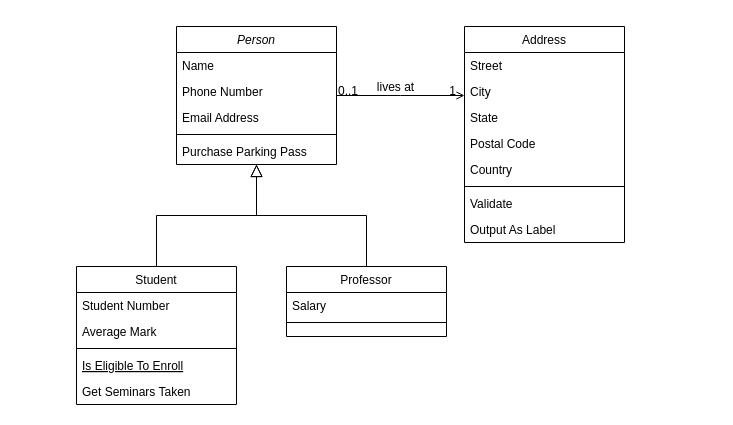
Before: Untitled Diagram.drawio in mayracalves/livropedia, a draw.io diagram. Source tidied: cells renumbered, new cells numbered last; positions are measured from the earlier drawing's top-left corner, leaving out a move shared by most shapes. Both pictures are drawn from the tidied source at 100%, with x=0, y=0 at pixel (76, 26).
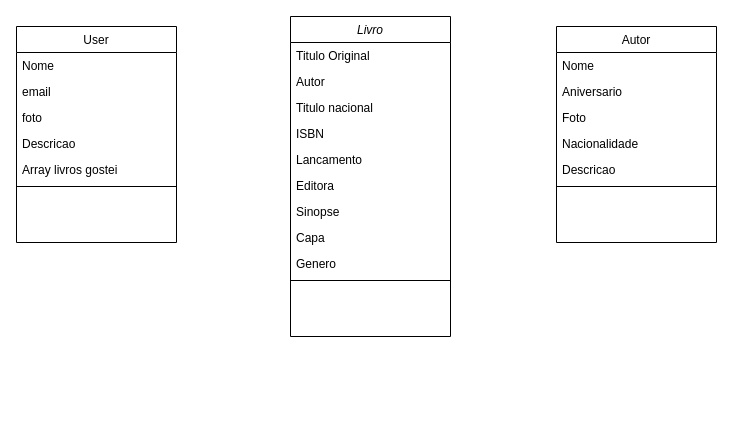
Above is the later version.

Commit message:
chore: atualiza diagrama de classe

Diff of the diagram source:
```diff
@@
-    <mxCell id="2" value="Person" style="swimlane;fontStyle=2;align=center;verticalAlign=top;horizontal=1;startSize=26;rounded=0;shadow=0;strokeWidth=1;" parent="1" vertex="1">
-      <mxGeometry x="100" width="160" height="138" as="geometry" />
+    <mxCell id="2" value="Livro" style="swimlane;fontStyle=2;align=center;verticalAlign=top;horizontal=1;startSize=26;rounded=0;shadow=0;strokeWidth=1;" parent="1" vertex="1">
+      <mxGeometry x="214" y="-10" width="160" height="320" as="geometry" />
     </mxCell>
-    <mxCell id="3" value="Name" style="text;align=left;verticalAlign=top;spacingLeft=4;spacingRight=4;overflow=hidden;" parent="2" vertex="1">
+    <mxCell id="3" value="Titulo Original" style="text;align=left;verticalAlign=top;spacingLeft=4;spacingRight=4;overflow=hidden;" parent="2" vertex="1">
       <mxGeometry y="26" width="160" height="26" as="geometry" />
     </mxCell>
-    <mxCell id="4" value="Phone Number" style="text;align=left;verticalAlign=top;spacingLeft=4;spacingRight=4;overflow=hidden;rounded=0;shadow=0;html=0;" parent="2" vertex="1">
+    <mxCell id="4" value="Autor" style="text;align=left;verticalAlign=top;spacingLeft=4;spacingRight=4;overflow=hidden;rounded=0;shadow=0;html=0;" parent="2" vertex="1">
       <mxGeometry y="52" width="160" height="26" as="geometry" />
     </mxCell>
+    <mxCell id="32" value="Titulo nacional" style="text;align=left;verticalAlign=top;spacingLeft=4;spacingRight=4;overflow=hidden;rounded=0;shadow=0;html=0;" parent="2" vertex="1">
+      <mxGeometry y="78" width="160" height="26" as="geometry" />
+    </mxCell>
-    <mxCell id="5" value="Email Address" style="text;align=left;verticalAlign=top;spacingLeft=4;spacingRight=4;overflow=hidden;rounded=0;shadow=0;html=0;" parent="2" vertex="1">
-      <mxGeometry y="78" width="160" height="26" as="geometry" />
+    <mxCell id="5" value="ISBN" style="text;align=left;verticalAlign=top;spacingLeft=4;spacingRight=4;overflow=hidden;rounded=0;shadow=0;html=0;" parent="2" vertex="1">
+      <mxGeometry y="104" width="160" height="26" as="geometry" />
     </mxCell>
+    <mxCell id="33" value="Lancamento" style="text;align=left;verticalAlign=top;spacingLeft=4;spacingRight=4;overflow=hidden;rounded=0;shadow=0;html=0;" parent="2" vertex="1">
+      <mxGeometry y="130" width="160" height="26" as="geometry" />
+    </mxCell>
+    <mxCell id="34" value="Editora" style="text;align=left;verticalAlign=top;spacingLeft=4;spacingRight=4;overflow=hidden;rounded=0;shadow=0;html=0;" parent="2" vertex="1">
+      <mxGeometry y="156" width="160" height="26" as="geometry" />
+    </mxCell>
+    <mxCell id="35" value="Sinopse" style="text;align=left;verticalAlign=top;spacingLeft=4;spacingRight=4;overflow=hidden;rounded=0;shadow=0;html=0;" parent="2" vertex="1">
+      <mxGeometry y="182" width="160" height="26" as="geometry" />
+    </mxCell>
+    <mxCell id="36" value="Capa" style="text;align=left;verticalAlign=top;spacingLeft=4;spacingRight=4;overflow=hidden;rounded=0;shadow=0;html=0;" parent="2" vertex="1">
+      <mxGeometry y="208" width="160" height="26" as="geometry" />
+    </mxCell>
+    <mxCell id="37" value="Genero" style="text;align=left;verticalAlign=top;spacingLeft=4;spacingRight=4;overflow=hidden;rounded=0;shadow=0;html=0;" parent="2" vertex="1">
+      <mxGeometry y="234" width="160" height="26" as="geometry" />
+    </mxCell>
     <mxCell id="6" style="line;html=1;strokeWidth=1;align=left;verticalAlign=middle;spacingTop=-1;spacingLeft=3;spacingRight=3;labelPosition=right;" parent="2" vertex="1">
-      <mxGeometry y="104" width="160" height="8" as="geometry" />
+      <mxGeometry y="260" width="160" height="8" as="geometry" />
     </mxCell>
-    <mxCell id="7" value="Purchase Parking Pass" style="text;align=left;verticalAlign=top;spacingLeft=4;spacingRight=4;overflow=hidden;" parent="2" vertex="1">
-      <mxGeometry y="112" width="160" height="26" as="geometry" />
-    </mxCell>
-    <mxCell id="8" value="Student" style="swimlane;fontStyle=0;align=center;verticalAlign=top;horizontal=1;startSize=26;rounded=0;shadow=0;strokeWidth=1;" parent="1" vertex="1">
-      <mxGeometry y="240" width="160" height="138" as="geometry" />
+    <mxCell id="8" value="User&#10;&#10;" style="swimlane;fontStyle=0;align=center;verticalAlign=top;horizontal=1;startSize=26;rounded=0;shadow=0;strokeWidth=1;" parent="1" vertex="1">
+      <mxGeometry x="-60" width="160" height="216" as="geometry" />
     </mxCell>
-    <mxCell id="9" value="Student Number" style="text;align=left;verticalAlign=top;spacingLeft=4;spacingRight=4;overflow=hidden;" parent="8" vertex="1">
+    <mxCell id="9" value="Nome" style="text;align=left;verticalAlign=top;spacingLeft=4;spacingRight=4;overflow=hidden;" parent="8" vertex="1">
       <mxGeometry y="26" width="160" height="26" as="geometry" />
     </mxCell>
-    <mxCell id="10" value="Average Mark" style="text;align=left;verticalAlign=top;spacingLeft=4;spacingRight=4;overflow=hidden;rounded=0;shadow=0;html=0;" parent="8" vertex="1">
+    <mxCell id="10" value="email" style="text;align=left;verticalAlign=top;spacingLeft=4;spacingRight=4;overflow=hidden;rounded=0;shadow=0;html=0;" parent="8" vertex="1">
       <mxGeometry y="52" width="160" height="26" as="geometry" />
     </mxCell>
+    <mxCell id="38" value="foto" style="text;align=left;verticalAlign=top;spacingLeft=4;spacingRight=4;overflow=hidden;rounded=0;shadow=0;html=0;" parent="8" vertex="1">
+      <mxGeometry y="78" width="160" height="26" as="geometry" />
+    </mxCell>
+    <mxCell id="39" value="Descricao" style="text;align=left;verticalAlign=top;spacingLeft=4;spacingRight=4;overflow=hidden;rounded=0;shadow=0;html=0;" parent="8" vertex="1">
+      <mxGeometry y="104" width="160" height="26" as="geometry" />
+    </mxCell>
+    <mxCell id="40" value="Array livros gostei" style="text;align=left;verticalAlign=top;spacingLeft=4;spacingRight=4;overflow=hidden;rounded=0;shadow=0;html=0;" parent="8" vertex="1">
+      <mxGeometry y="130" width="160" height="26" as="geometry" />
+    </mxCell>
     <mxCell id="11" style="line;html=1;strokeWidth=1;align=left;verticalAlign=middle;spacingTop=-1;spacingLeft=3;spacingRight=3;labelPosition=right;" parent="8" vertex="1">
-      <mxGeometry y="78" width="160" height="8" as="geometry" />
+      <mxGeometry y="156" width="160" height="8" as="geometry" />
     </mxCell>
-    <mxCell id="12" value="Is Eligible To Enroll" style="text;align=left;verticalAlign=top;spacingLeft=4;spacingRight=4;overflow=hidden;fontStyle=4;" parent="8" vertex="1">
-      <mxGeometry y="86" width="160" height="26" as="geometry" />
-    </mxCell>
-    <mxCell id="13" value="Get Seminars Taken" style="text;align=left;verticalAlign=top;spacingLeft=4;spacingRight=4;overflow=hidden;" parent="8" vertex="1">
-      <mxGeometry y="112" width="160" height="26" as="geometry" />
-    </mxCell>
-    <mxCell id="14" style="endArrow=block;endSize=10;endFill=0;shadow=0;strokeWidth=1;rounded=0;edgeStyle=elbowEdgeStyle;elbow=vertical;" parent="1" edge="1" source="8" target="2">
-      <mxGeometry relative="1" as="geometry" />
-    </mxCell>
-    <mxCell id="15" value="Professor" style="swimlane;fontStyle=0;align=center;verticalAlign=top;horizontal=1;startSize=26;rounded=0;shadow=0;strokeWidth=1;" parent="1" vertex="1">
-      <mxGeometry x="210" y="240" width="160" height="70" as="geometry" />
-    </mxCell>
-    <mxCell id="16" value="Salary" style="text;align=left;verticalAlign=top;spacingLeft=4;spacingRight=4;overflow=hidden;" parent="15" vertex="1">
-      <mxGeometry y="26" width="160" height="26" as="geometry" />
-    </mxCell>
-    <mxCell id="17" style="line;html=1;strokeWidth=1;align=left;verticalAlign=middle;spacingTop=-1;spacingLeft=3;spacingRight=3;labelPosition=right;" parent="15" vertex="1">
-      <mxGeometry y="52" width="160" height="8" as="geometry" />
-    </mxCell>
-    <mxCell id="18" style="endArrow=block;endSize=10;endFill=0;shadow=0;strokeWidth=1;rounded=0;edgeStyle=elbowEdgeStyle;elbow=vertical;" parent="1" edge="1" source="15" target="2">
-      <mxGeometry relative="1" as="geometry" />
-    </mxCell>
-    <mxCell id="19" value="Address" style="swimlane;fontStyle=0;align=center;verticalAlign=top;horizontal=1;startSize=26;rounded=0;shadow=0;strokeWidth=1;" parent="1" vertex="1">
-      <mxGeometry x="388" width="160" height="216" as="geometry" />
+    <mxCell id="19" value="Autor" style="swimlane;fontStyle=0;align=center;verticalAlign=top;horizontal=1;startSize=26;rounded=0;shadow=0;strokeWidth=1;" parent="1" vertex="1">
+      <mxGeometry x="480" width="160" height="216" as="geometry" />
     </mxCell>
-    <mxCell id="20" value="Street" style="text;align=left;verticalAlign=top;spacingLeft=4;spacingRight=4;overflow=hidden;" parent="19" vertex="1">
+    <mxCell id="20" value="Nome" style="text;align=left;verticalAlign=top;spacingLeft=4;spacingRight=4;overflow=hidden;" parent="19" vertex="1">
       <mxGeometry y="26" width="160" height="26" as="geometry" />
     </mxCell>
-    <mxCell id="21" value="City" style="text;align=left;verticalAlign=top;spacingLeft=4;spacingRight=4;overflow=hidden;rounded=0;shadow=0;html=0;" parent="19" vertex="1">
+    <mxCell id="21" value="Aniversario" style="text;align=left;verticalAlign=top;spacingLeft=4;spacingRight=4;overflow=hidden;rounded=0;shadow=0;html=0;" parent="19" vertex="1">
       <mxGeometry y="52" width="160" height="26" as="geometry" />
     </mxCell>
-    <mxCell id="22" value="State" style="text;align=left;verticalAlign=top;spacingLeft=4;spacingRight=4;overflow=hidden;rounded=0;shadow=0;html=0;" parent="19" vertex="1">
+    <mxCell id="22" value="Foto" style="text;align=left;verticalAlign=top;spacingLeft=4;spacingRight=4;overflow=hidden;rounded=0;shadow=0;html=0;" parent="19" vertex="1">
       <mxGeometry y="78" width="160" height="26" as="geometry" />
     </mxCell>
-    <mxCell id="23" value="Postal Code" style="text;align=left;verticalAlign=top;spacingLeft=4;spacingRight=4;overflow=hidden;rounded=0;shadow=0;html=0;" parent="19" vertex="1">
+    <mxCell id="23" value="Nacionalidade" style="text;align=left;verticalAlign=top;spacingLeft=4;spacingRight=4;overflow=hidden;rounded=0;shadow=0;html=0;" parent="19" vertex="1">
       <mxGeometry y="104" width="160" height="26" as="geometry" />
     </mxCell>
-    <mxCell id="24" value="Country" style="text;align=left;verticalAlign=top;spacingLeft=4;spacingRight=4;overflow=hidden;rounded=0;shadow=0;html=0;" parent="19" vertex="1">
+    <mxCell id="24" value="Descricao" style="text;align=left;verticalAlign=top;spacingLeft=4;spacingRight=4;overflow=hidden;rounded=0;shadow=0;html=0;" parent="19" vertex="1">
       <mxGeometry y="130" width="160" height="26" as="geometry" />
     </mxCell>
@@
-    <mxCell id="26" value="Validate" style="text;align=left;verticalAlign=top;spacingLeft=4;spacingRight=4;overflow=hidden;" parent="19" vertex="1">
-      <mxGeometry y="164" width="160" height="26" as="geometry" />
-    </mxCell>
-    <mxCell id="27" value="Output As Label" style="text;align=left;verticalAlign=top;spacingLeft=4;spacingRight=4;overflow=hidden;" parent="19" vertex="1">
-      <mxGeometry y="190" width="160" height="26" as="geometry" />
-    </mxCell>
-    <mxCell id="28" style="endArrow=open;shadow=0;strokeWidth=1;rounded=0;endFill=1;edgeStyle=elbowEdgeStyle;elbow=vertical;" parent="1" edge="1" source="2" target="19">
-      <mxGeometry x="0.5" y="41" relative="1" as="geometry">
-        <mxPoint x="-40" y="32" as="offset" />
-      </mxGeometry>
-    </mxCell>
-    <mxCell id="29" value="0..1" style="align=left;verticalAlign=bottom;labelBackgroundColor=none;fontSize=12;" parent="28" vertex="1">
-      <mxGeometry x="-1" relative="1" as="geometry">
-        <mxPoint y="4" as="offset" />
-      </mxGeometry>
-    </mxCell>
-    <mxCell id="30" value="1" style="align=right;verticalAlign=bottom;labelBackgroundColor=none;fontSize=12;" parent="28" vertex="1">
-      <mxGeometry x="1" relative="1" as="geometry">
-        <mxPoint x="-7" y="4" as="offset" />
-      </mxGeometry>
-    </mxCell>
-    <mxCell id="31" value="lives at" style="text;html=1;align=center;verticalAlign=middle;labelBackgroundColor=none;rounded=0;shadow=0;strokeWidth=1;fontSize=12;" parent="28" vertex="1">
-      <mxGeometry x="0.5" y="49" relative="1" as="geometry">
-        <mxPoint x="-38" y="40" as="offset" />
-      </mxGeometry>
-    </mxCell>
```
